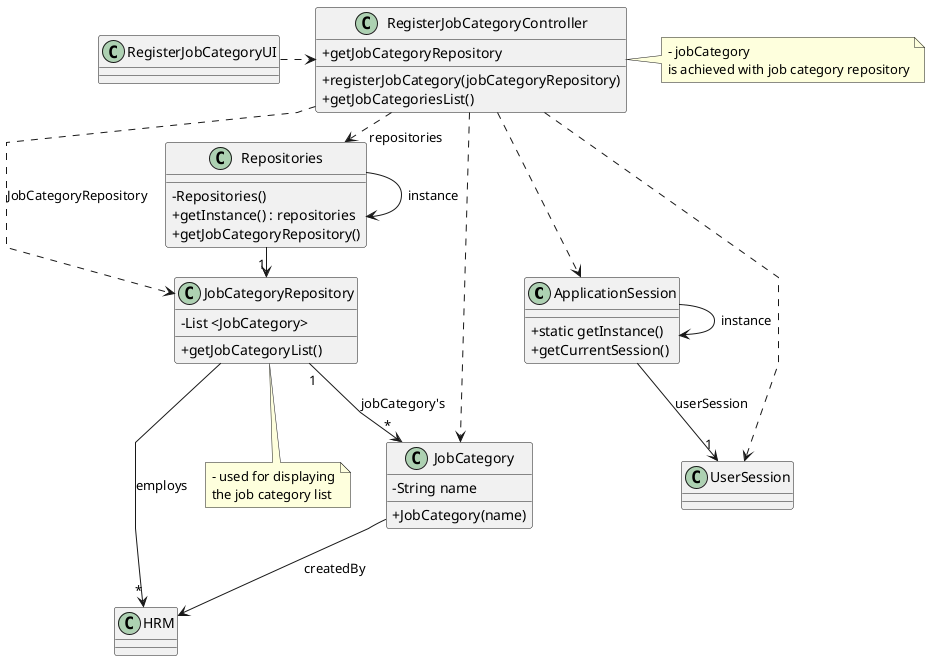
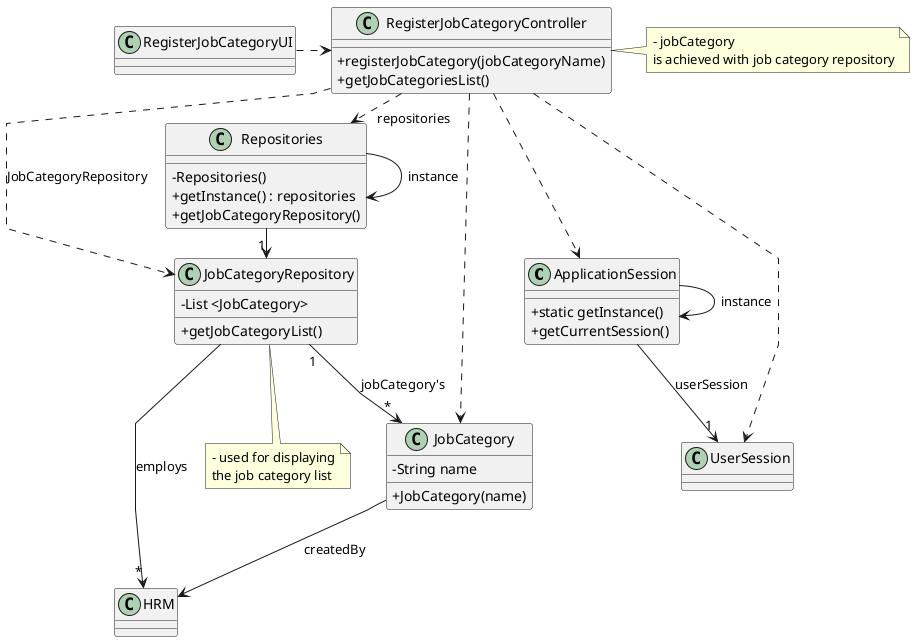
@startuml
'skinparam monochrome true
skinparam packageStyle rectangle
skinparam shadowing false
skinparam linetype polyline
'skinparam linetype orto

skinparam classAttributeIconSize 0

'left to right direction

class ApplicationSession{
    + static getInstance()
    + getCurrentSession()
}

class UserSession{
}

class HRM {
}

class JobCategory {
    - String name
    + JobCategory(name)
}



class JobCategoryRepository {
    - List <JobCategory>
    + getJobCategoryList()
}


class Repositories {
    - Repositories()
    + getInstance() : repositories
    + getJobCategoryRepository()

}

class RegisterJobCategoryController{
-     + registerJobCategory(jobCategoryRepository)
+     + registerJobCategory(jobCategoryName)
    + getJobCategoriesList()
-     + getJobCategoryRepository
+ 
}

note right of RegisterJobCategoryController
    - jobCategory
    is achieved with job category repository
end note

note bottom of JobCategoryRepository
    - used for displaying
    the job category list
end note

class RegisterJobCategoryUI {
}

Repositories -> Repositories : instance
ApplicationSession -> ApplicationSession : instance

RegisterJobCategoryUI .> RegisterJobCategoryController

RegisterJobCategoryController .> Repositories : repositories

Repositories -> "1" JobCategoryRepository
RegisterJobCategoryController ..> JobCategory
RegisterJobCategoryController ..> JobCategoryRepository : JobCategoryRepository


ApplicationSession --> "1" UserSession : userSession

RegisterJobCategoryController ..> ApplicationSession
RegisterJobCategoryController ..> UserSession

JobCategoryRepository "1" --> "*" JobCategory : jobCategory's

JobCategory --> HRM : createdBy

JobCategoryRepository --> "*" HRM : employs

@enduml